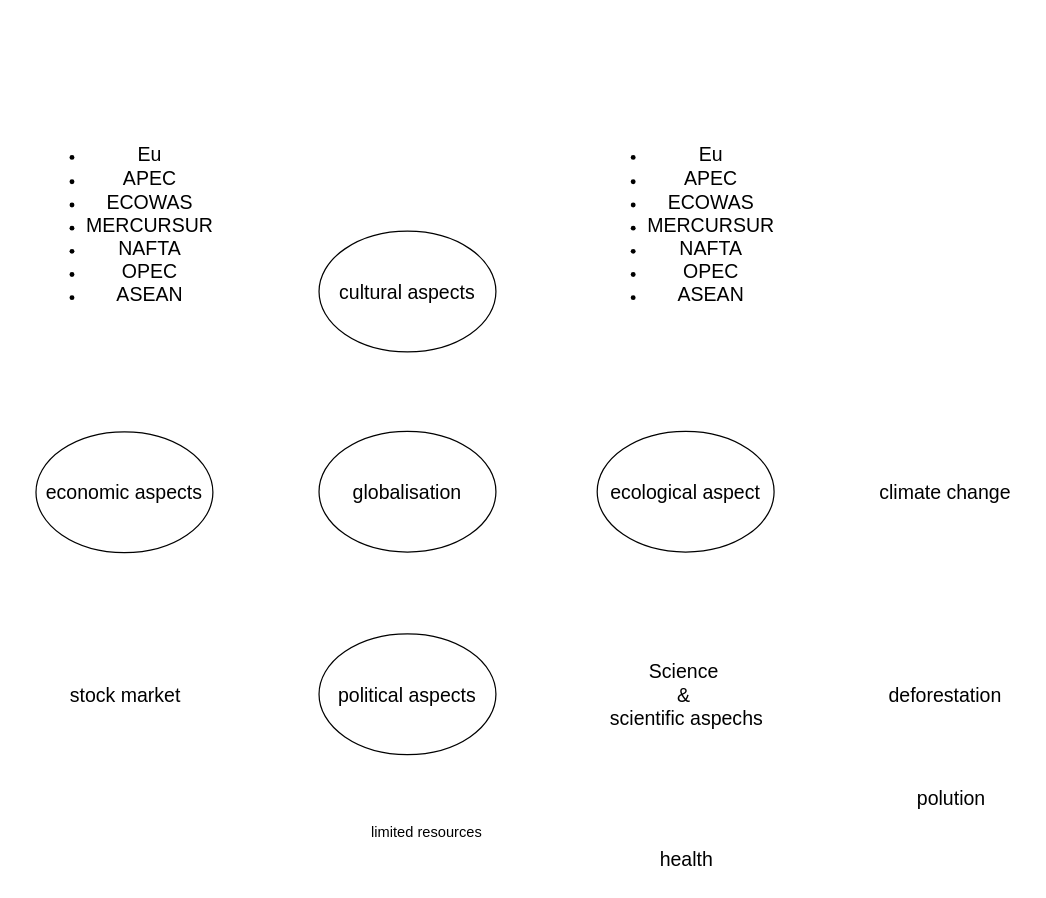
The draw.io diagram _Sonstige_/Diagramme/XML/Mind map Globalisation.drawio in Maxbleibtgeheim/WBS-Norderstedt, before the edit. Source tidied: cells renumbered, new cells numbered last; positions are measured from the earlier drawing's top-left corner, leaving out a move shared by most shapes. Both pictures are drawn from the tidied source at 122%, with x=0, y=0 at pixel (21, 121).
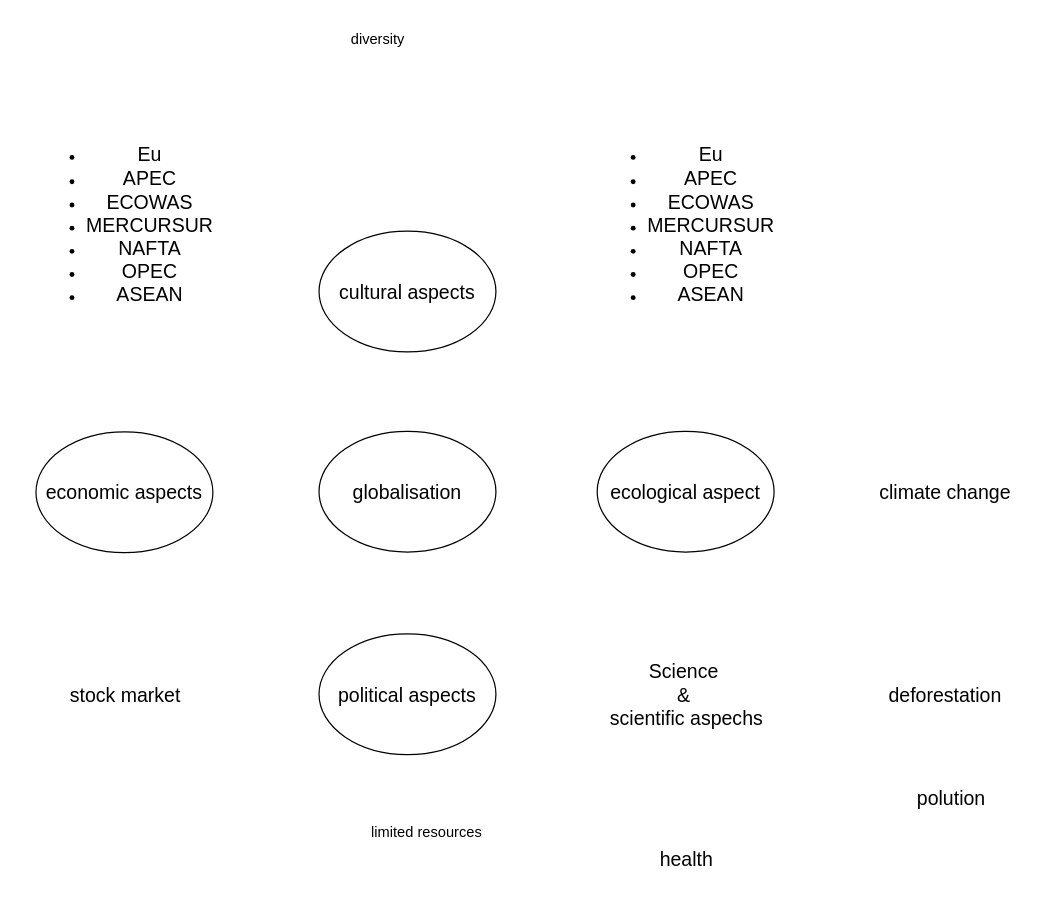
Above is the later version.

Commit message (it also covers changes not shown here):
vault backup: 26.09.2024 08:39:10

Affected files:
_Sonstige_/Diagramme/XML/.$Mind map Globalisation.drawio.bkp
_Sonstige_/Diagramme/XML/Mind map Globalisation.drawio

Diff of the diagram source:
```diff
@@
 <mxGraphModel>
   <root>
     <mxCell id="0" />
     <mxCell id="1" parent="0" />
     <mxCell id="2" value="&lt;font style=&quot;font-size: 16px;&quot;&gt;cultural aspects&lt;/font&gt;" style="ellipse;whiteSpace=wrap;html=1;" parent="1" vertex="1">
       <mxGeometry x="244" y="90" width="145" height="99" as="geometry" />
     </mxCell>
     <mxCell id="3" value="&lt;font style=&quot;font-size: 16px;&quot;&gt;climate change&lt;/font&gt;" style="text;html=1;align=center;verticalAlign=middle;strokeColor=none;fillColor=none;" parent="1" vertex="1">
       <mxGeometry x="692" y="289" width="130" height="30" as="geometry" />
     </mxCell>
     <mxCell id="4" value="&lt;div&gt;&lt;span style=&quot;font-size: 16px;&quot;&gt;Science&amp;nbsp;&lt;/span&gt;&lt;/div&gt;&lt;div&gt;&lt;span style=&quot;font-size: 16px;&quot;&gt;&amp;amp;&amp;nbsp;&lt;/span&gt;&lt;/div&gt;&lt;div&gt;&lt;span style=&quot;font-size: 16px;&quot;&gt;scientific aspechs&lt;/span&gt;&lt;/div&gt;" style="text;html=1;align=center;verticalAlign=middle;strokeColor=none;fillColor=none;" parent="1" vertex="1">
       <mxGeometry x="469.5" y="434.5" width="150" height="70" as="geometry" />
     </mxCell>
     <mxCell id="5" value="&lt;span style=&quot;font-size: 16px;&quot;&gt;health&lt;/span&gt;" style="text;html=1;align=center;verticalAlign=middle;strokeColor=none;fillColor=none;" parent="1" vertex="1">
       <mxGeometry x="509.5" y="590" width="70" height="30" as="geometry" />
     </mxCell>
     <mxCell id="6" value="&lt;span style=&quot;font-size: 16px;&quot;&gt;globalisation&lt;/span&gt;" style="ellipse;whiteSpace=wrap;html=1;" parent="1" vertex="1">
       <mxGeometry x="244" y="254" width="145" height="99" as="geometry" />
     </mxCell>
     <mxCell id="7" value="&lt;span style=&quot;font-size: 16px;&quot;&gt;political aspects&lt;/span&gt;" style="ellipse;whiteSpace=wrap;html=1;" parent="1" vertex="1">
       <mxGeometry x="244" y="420" width="145" height="99" as="geometry" />
     </mxCell>
     <mxCell id="8" value="&lt;font style=&quot;font-size: 16px;&quot;&gt;ecological aspect&lt;/font&gt;" style="ellipse;whiteSpace=wrap;html=1;" parent="1" vertex="1">
       <mxGeometry x="472" y="254" width="145" height="99" as="geometry" />
     </mxCell>
     <mxCell id="9" value="&lt;span style=&quot;font-size: 16px;&quot;&gt;economic aspects&lt;/span&gt;" style="ellipse;whiteSpace=wrap;html=1;" parent="1" vertex="1">
       <mxGeometry x="12" y="254.5" width="145" height="99" as="geometry" />
     </mxCell>
     <mxCell id="10" value="&lt;div&gt;&lt;span style=&quot;font-size: 16px;&quot;&gt;stock market&lt;/span&gt;&lt;/div&gt;" style="text;html=1;align=center;verticalAlign=middle;strokeColor=none;fillColor=none;" parent="1" vertex="1">
       <mxGeometry x="29.5" y="454.5" width="110" height="30" as="geometry" />
     </mxCell>
     <mxCell id="11" value="&lt;ul&gt;&lt;li&gt;&lt;span style=&quot;font-size: 16px;&quot;&gt;Eu&lt;/span&gt;&lt;/li&gt;&lt;li&gt;&lt;span style=&quot;font-size: 16px;&quot;&gt;APEC&lt;/span&gt;&lt;br&gt;&lt;/li&gt;&lt;li&gt;&lt;span style=&quot;font-size: 16px;&quot;&gt;ECOWAS&lt;/span&gt;&lt;br&gt;&lt;/li&gt;&lt;li&gt;&lt;span style=&quot;font-size: 16px;&quot;&gt;MERCURSUR&lt;/span&gt;&lt;br&gt;&lt;/li&gt;&lt;li&gt;&lt;span style=&quot;font-size: 16px;&quot;&gt;NAFTA&lt;/span&gt;&lt;br&gt;&lt;/li&gt;&lt;li&gt;&lt;span style=&quot;font-size: 16px;&quot;&gt;OPEC&lt;/span&gt;&lt;br&gt;&lt;/li&gt;&lt;li&gt;&lt;span style=&quot;font-size: 16px;&quot;&gt;ASEAN&lt;/span&gt;&lt;br&gt;&lt;/li&gt;&lt;/ul&gt;" style="text;html=1;align=center;verticalAlign=middle;strokeColor=none;fillColor=none;" parent="1" vertex="1">
       <mxGeometry x="459.5" width="170" height="170" as="geometry" />
     </mxCell>
     <mxCell id="12" value="&lt;font style=&quot;font-size: 16px;&quot;&gt;deforestation&lt;/font&gt;" style="text;html=1;align=center;verticalAlign=middle;strokeColor=none;fillColor=none;" parent="1" vertex="1">
       <mxGeometry x="697" y="454.5" width="120" height="30" as="geometry" />
     </mxCell>
     <mxCell id="13" value="&lt;ul&gt;&lt;li&gt;&lt;span style=&quot;font-size: 16px;&quot;&gt;Eu&lt;/span&gt;&lt;/li&gt;&lt;li&gt;&lt;span style=&quot;font-size: 16px;&quot;&gt;APEC&lt;/span&gt;&lt;br&gt;&lt;/li&gt;&lt;li&gt;&lt;span style=&quot;font-size: 16px;&quot;&gt;ECOWAS&lt;/span&gt;&lt;br&gt;&lt;/li&gt;&lt;li&gt;&lt;span style=&quot;font-size: 16px;&quot;&gt;MERCURSUR&lt;/span&gt;&lt;br&gt;&lt;/li&gt;&lt;li&gt;&lt;span style=&quot;font-size: 16px;&quot;&gt;NAFTA&lt;/span&gt;&lt;br&gt;&lt;/li&gt;&lt;li&gt;&lt;span style=&quot;font-size: 16px;&quot;&gt;OPEC&lt;/span&gt;&lt;br&gt;&lt;/li&gt;&lt;li&gt;&lt;span style=&quot;font-size: 16px;&quot;&gt;ASEAN&lt;/span&gt;&lt;br&gt;&lt;/li&gt;&lt;/ul&gt;" style="text;html=1;align=center;verticalAlign=middle;strokeColor=none;fillColor=none;" parent="1" vertex="1">
       <mxGeometry x="-0.5" width="170" height="170" as="geometry" />
     </mxCell>
     <mxCell id="14" value="&lt;font style=&quot;font-size: 16px;&quot;&gt;polution&lt;/font&gt;" style="text;html=1;align=center;verticalAlign=middle;strokeColor=none;fillColor=none;" parent="1" vertex="1">
       <mxGeometry x="722" y="540" width="80" height="30" as="geometry" />
     </mxCell>
     <mxCell id="15" value="limited resources" style="text;html=1;align=center;verticalAlign=middle;strokeColor=none;fillColor=none;" parent="1" vertex="1">
       <mxGeometry x="277" y="568" width="110" height="30" as="geometry" />
     </mxCell>
+    <mxCell id="16" value="diversity" style="text;html=1;align=center;verticalAlign=middle;strokeColor=none;fillColor=none;" parent="1" vertex="1">
+      <mxGeometry x="257" y="-82" width="70" height="30" as="geometry" />
+    </mxCell>
   </root>
 </mxGraphModel>
```
